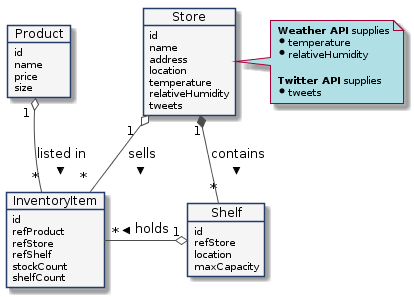
Earlier version of the PlantUML export img/entities.png (FIWARE/tutorials.Accessing-Context).
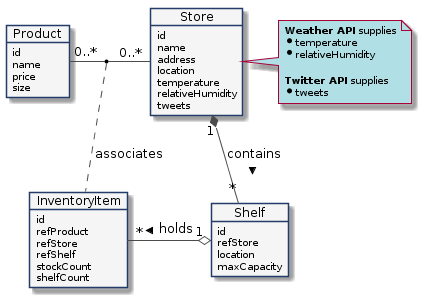
After the commit.

Commit message:
Adding Association Relationship

The edit, as a diff of the source:
```diff
@@ -1,11 +1,11 @@
 @startuml
-object Product
-
 skinparam object {
   BackgroundColor #f5f5f5
   ArrowColor #4c4c4c
   BorderColor #233c68
 }
+
+object Product
 
 Product : id
 Product : name
@@ -49,8 +49,9 @@
 Shelf : location
 Shelf : maxCapacity
 
-Product "1 " o-- " *" InventoryItem  : listed in >
-Store " 1  " o-- " *  " InventoryItem :  sells >
 Store "1" *-- "*" Shelf : contains >
 InventoryItem "*" -o " 1" Shelf : < holds
+
+Product "0..*" - "0..*" Store
+(Product, Store) .. InventoryItem : associates
 @enduml
```
